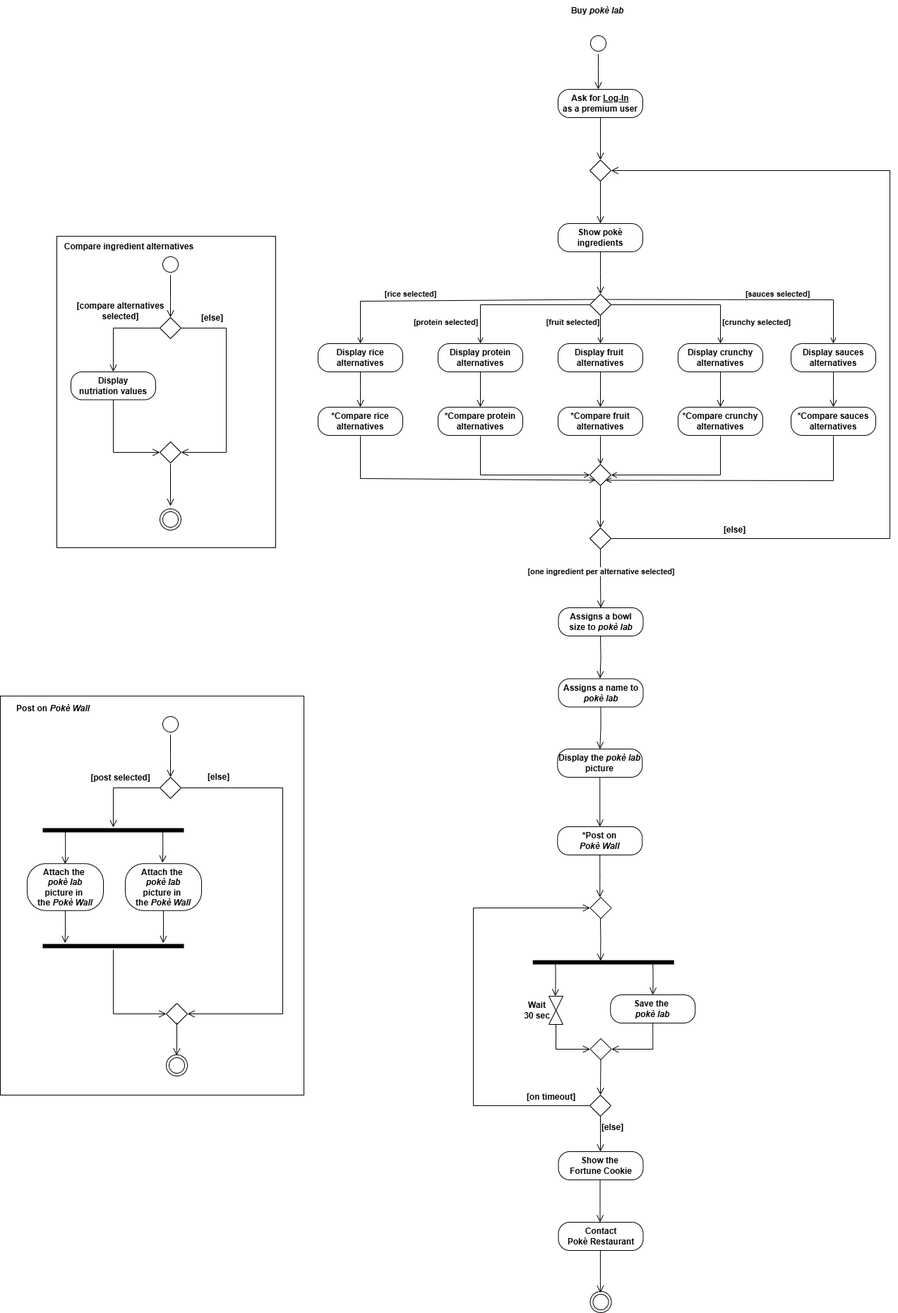
matteopinfildi/YourPoke-ISPWProject keeps this draw.io diagram as diagrams/ActivityDiagram.drawio.png. Above is the earlier version. Source tidied: cells renumbered, new cells last; positions are measured from the earlier drawing's top-left corner, leaving out a move shared by most shapes.
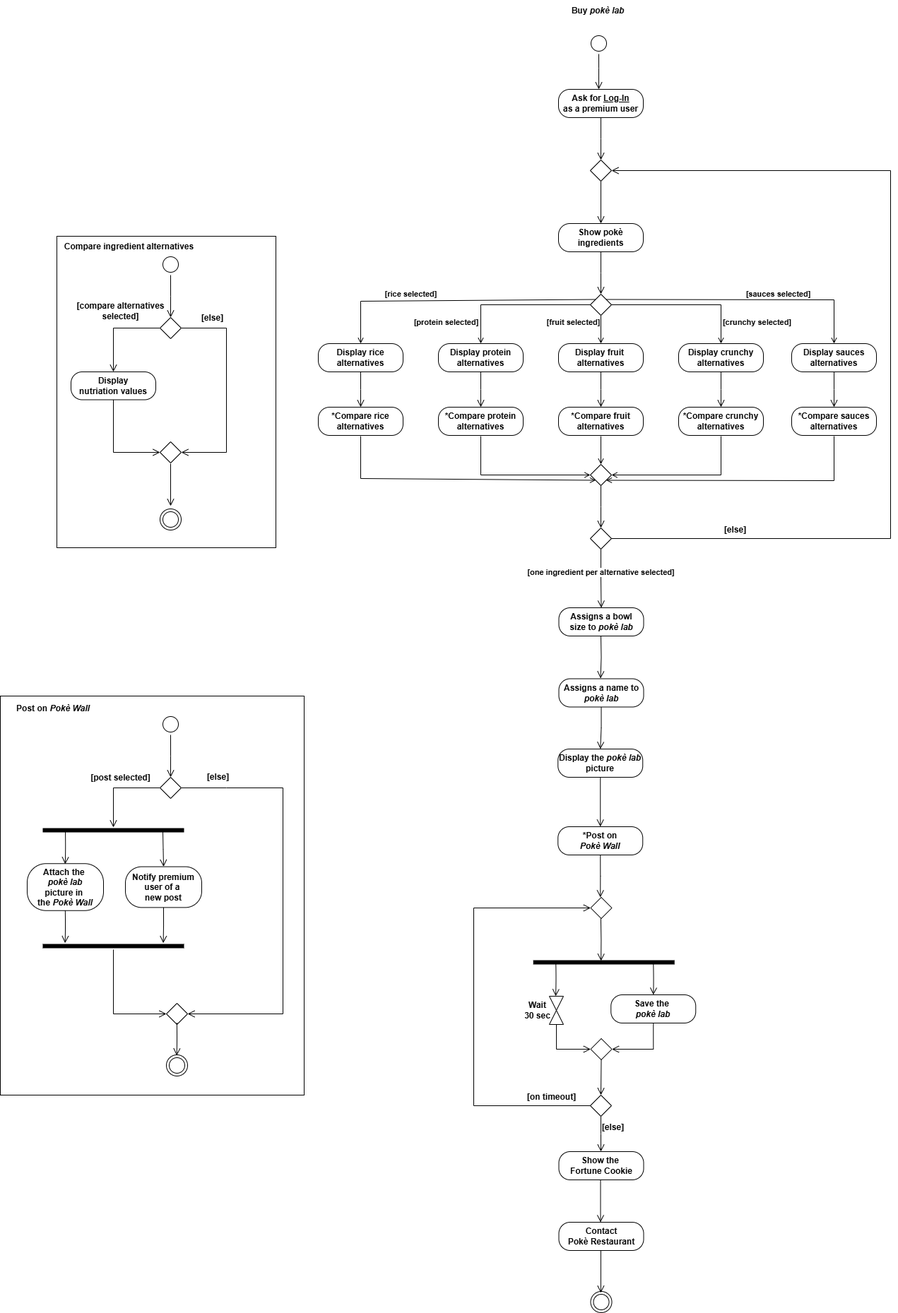
The same file after the commit.

What changed in the source:
```diff
@@ -448,14 +448,13 @@
         <mxPoint x="91.8" y="1223" as="targetPoint" />
       </mxGeometry>
     </mxCell>
-    <mxCell id="101" style="edgeStyle=orthogonalEdgeStyle;html=1;verticalAlign=bottom;endArrow=open;endSize=8;rounded=0;fontSize=12;curved=1;labelBackgroundColor=none;fontColor=default;entryX=0.5;entryY=0;entryDx=0;entryDy=0;" parent="1" edge="1">
+    <mxCell id="101" style="edgeStyle=orthogonalEdgeStyle;html=1;verticalAlign=bottom;endArrow=open;endSize=8;rounded=0;fontSize=12;curved=1;labelBackgroundColor=none;fontColor=default;entryX=0.5;entryY=0;entryDx=0;entryDy=0;" parent="1" edge="1" target="102">
       <mxGeometry relative="1" as="geometry">
         <mxPoint x="230" y="1177" as="sourcePoint" />
-        <mxPoint x="229.8" y="1221" as="targetPoint" />
       </mxGeometry>
     </mxCell>
-    <mxCell id="102" value="&lt;b&gt;Attach the&amp;nbsp;&lt;/b&gt;&lt;div&gt;&lt;b style=&quot;background-color: transparent; color: light-dark(rgb(0, 0, 0), rgb(255, 255, 255));&quot;&gt;&lt;i&gt;pokè lab&lt;/i&gt;&lt;/b&gt;&lt;/div&gt;&lt;div&gt;&lt;b style=&quot;background-color: transparent; color: light-dark(rgb(0, 0, 0), rgb(255, 255, 255));&quot;&gt;picture in&amp;nbsp;&lt;/b&gt;&lt;/div&gt;&lt;div&gt;&lt;div&gt;&lt;b&gt;the &lt;i&gt;Pokè Wall&lt;/i&gt;&lt;/b&gt;&lt;/div&gt;&lt;/div&gt;" style="rounded=1;whiteSpace=wrap;html=1;arcSize=40;labelBackgroundColor=none;" parent="1" vertex="1">
-      <mxGeometry x="177" y="1222.2" width="108" height="66.5" as="geometry" />
+    <mxCell id="102" value="&lt;b&gt;Notify premium&lt;/b&gt;&lt;div&gt;&lt;b&gt;user of a&amp;nbsp;&lt;/b&gt;&lt;/div&gt;&lt;div&gt;&lt;b&gt;new post&lt;/b&gt;&lt;/div&gt;" style="rounded=1;whiteSpace=wrap;html=1;arcSize=40;labelBackgroundColor=none;" parent="1" vertex="1">
+      <mxGeometry x="177" y="1226.6" width="108" height="57.8" as="geometry" />
     </mxCell>
     <mxCell id="103" style="shape=line;html=1;strokeWidth=6;labelBackgroundColor=none;" parent="1" vertex="1">
       <mxGeometry x="60" y="1334" width="200" height="10" as="geometry" />
@@ -469,9 +468,8 @@
         <mxPoint x="91.6" y="1334.8" as="targetPoint" />
       </mxGeometry>
     </mxCell>
-    <mxCell id="106" style="edgeStyle=orthogonalEdgeStyle;html=1;verticalAlign=bottom;endArrow=open;endSize=8;rounded=0;fontSize=12;curved=1;labelBackgroundColor=none;fontColor=default;" parent="1" edge="1">
+    <mxCell id="106" style="edgeStyle=orthogonalEdgeStyle;html=1;verticalAlign=bottom;endArrow=open;endSize=8;rounded=0;fontSize=12;curved=1;labelBackgroundColor=none;fontColor=default;exitX=0.5;exitY=1;exitDx=0;exitDy=0;" parent="1" edge="1" source="102">
       <mxGeometry relative="1" as="geometry">
-        <mxPoint x="230.8" y="1288.8" as="sourcePoint" />
         <mxPoint x="230.6" y="1334.8" as="targetPoint" />
       </mxGeometry>
     </mxCell>
```
